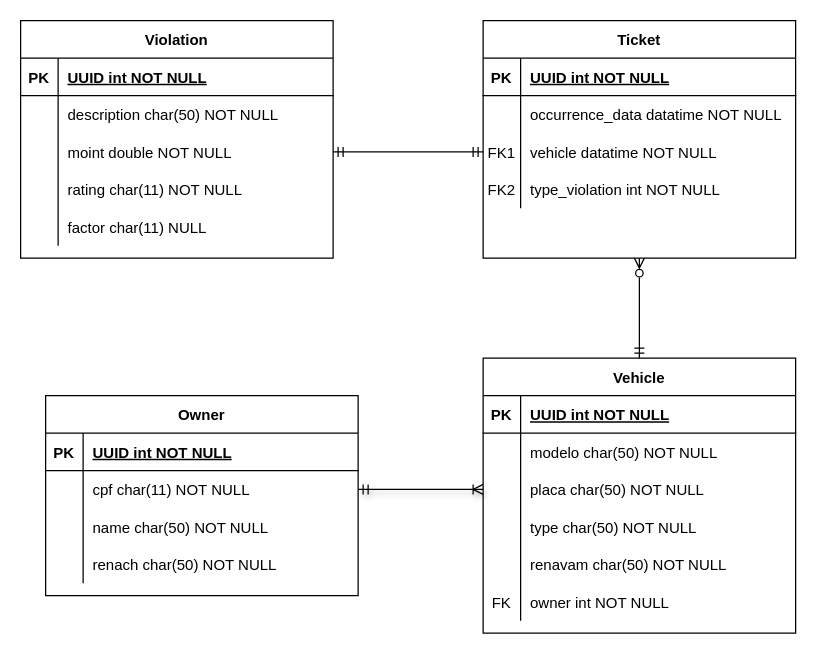
Above: diagrama-de-classe.drawio in beatriz-paiva/regular-api (draw.io), before the change. Source tidied: cells renumbered, new cells numbered last; positions are measured from the earlier drawing's top-left corner, leaving out a move shared by most shapes. Both pictures are drawn from the tidied source at 125%, with x=0, y=0 at pixel (20, 20).
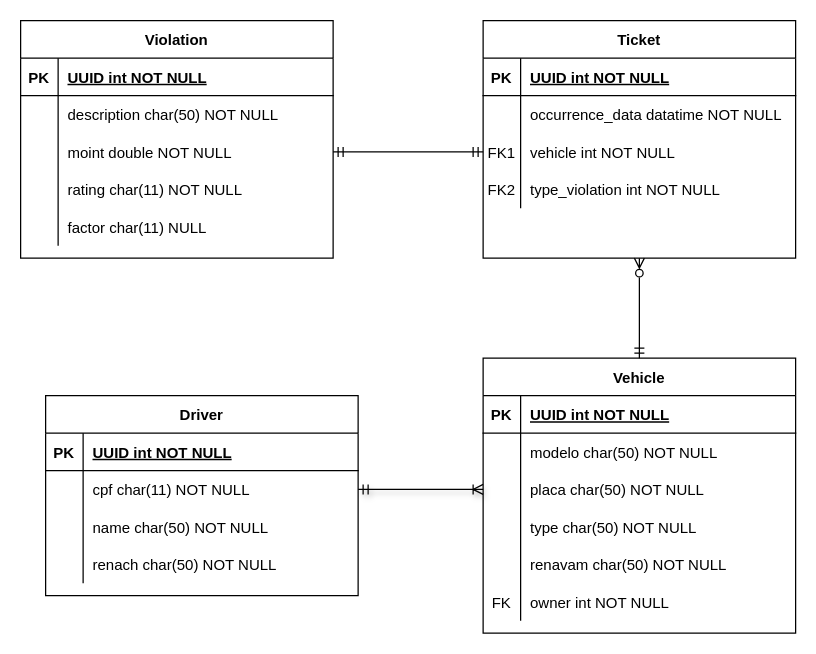
After the change.

Unchanged cells that the change refers to:
```xml
<mxCell id="29" style="shape=partialRectangle;fillColor=none;points=[[0,0.5],[1,0.5]];portConstraint=eastwest;top=0;left=0;right=0;bottom=0;" parent="22" vertex="1">
  <mxGeometry y="90" width="250" height="30" as="geometry" />
</mxCell>
```

Diff of the diagram source:
```diff
@@
-    <mxCell id="31" value="vehicle datatime NOT NULL" style="shape=partialRectangle;overflow=hidden;fillColor=none;top=0;left=0;bottom=0;right=0;align=left;spacingLeft=6;" parent="29" vertex="1">
+    <mxCell id="31" value="vehicle int NOT NULL" style="shape=partialRectangle;overflow=hidden;fillColor=none;top=0;left=0;bottom=0;right=0;align=left;spacingLeft=6;" parent="29" vertex="1">
       <mxGeometry x="30" width="220" height="30" as="geometry" />
     </mxCell>
@@
-    <mxCell id="35" value="Owner" style="shape=table;startSize=30;childLayout=tableLayout;rowLines=0;fontStyle=1;align=center;" parent="1" vertex="1">
+    <mxCell id="35" value="Driver" style="shape=table;startSize=30;childLayout=tableLayout;rowLines=0;fontStyle=1;align=center;" parent="1" vertex="1">
       <mxGeometry x="20" y="300" width="250" height="160" as="geometry" />
     </mxCell>
```
